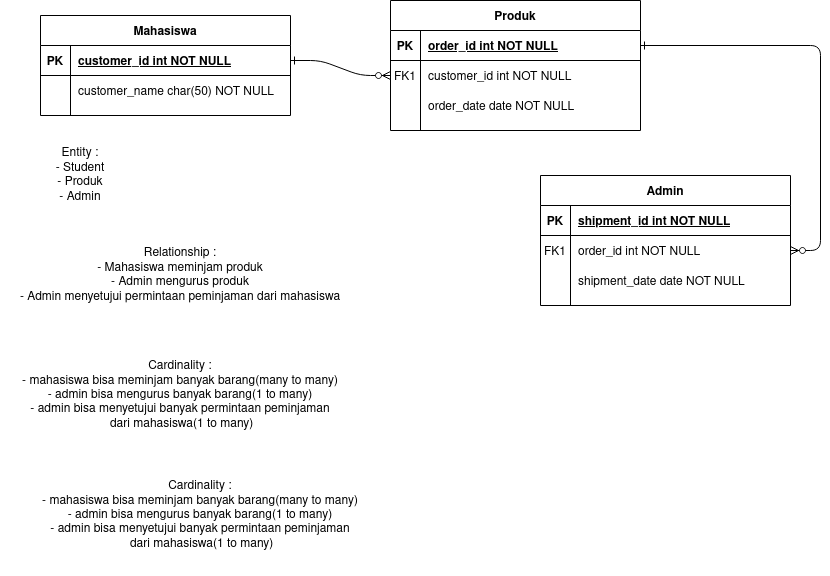
This is diagrams/ER diagram.drawio.png from johannfac/aplikasipeminjamanaset, a draw.io export, as it was before one commit. Source tidied: cells renumbered, new cells last; positions are measured from the earlier drawing's top-left corner, leaving out a move shared by most shapes.
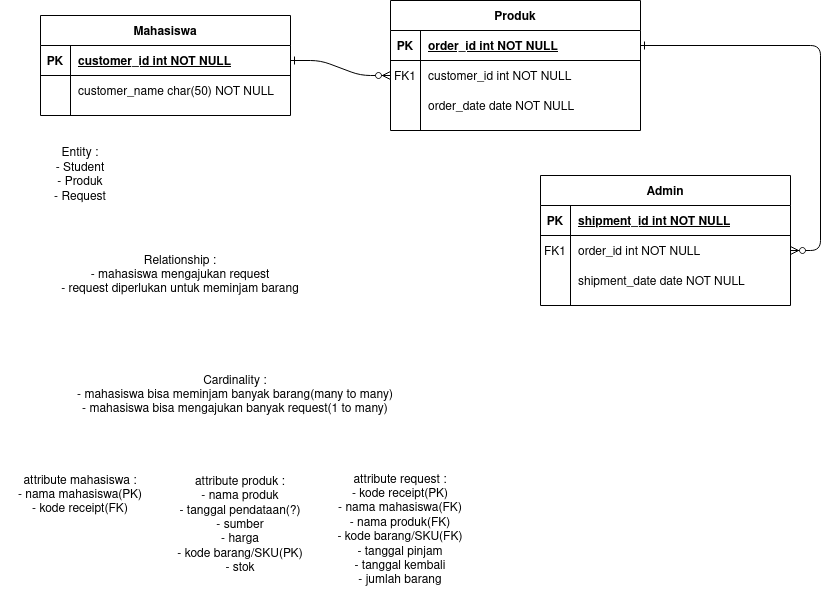
The same file after the commit.

Diff of the diagram source:
```diff
@@ -89,17 +89,23 @@
     <mxCell id="30" value="customer_name char(50) NOT NULL" style="shape=partialRectangle;overflow=hidden;fillColor=none;top=0;left=0;bottom=0;right=0;align=left;spacingLeft=6;" parent="28" vertex="1">
       <mxGeometry x="30" width="220" height="30" as="geometry" />
     </mxCell>
-    <mxCell id="31" value="&lt;div&gt;Entity :&lt;/div&gt;&lt;div&gt;- Student&lt;/div&gt;&lt;div&gt;- Produk&lt;/div&gt;&lt;div&gt;- Admin&lt;br&gt;&lt;/div&gt;" style="text;html=1;strokeColor=none;fillColor=none;align=center;verticalAlign=middle;whiteSpace=wrap;rounded=0;fontColor=default;" parent="1" vertex="1">
+    <mxCell id="31" value="&lt;div&gt;Entity :&lt;/div&gt;&lt;div&gt;- Student&lt;/div&gt;&lt;div&gt;- Produk&lt;/div&gt;&lt;div&gt;- Request&lt;br&gt;&lt;/div&gt;" style="text;html=1;strokeColor=none;fillColor=none;align=center;verticalAlign=middle;whiteSpace=wrap;rounded=0;fontColor=default;" parent="1" vertex="1">
       <mxGeometry y="135" width="160" height="80" as="geometry" />
     </mxCell>
-    <mxCell id="32" value="&lt;div&gt;Relationship :&lt;/div&gt;&lt;div&gt;- Mahasiswa meminjam produk&lt;/div&gt;&lt;div&gt;- Admin mengurus produk&lt;/div&gt;&lt;div&gt;&lt;span style=&quot;white-space: pre&quot;&gt;- Admin menyetujui permintaan peminjaman dari mahasiswa&lt;/span&gt;&lt;br&gt;&lt;/div&gt;" style="text;html=1;strokeColor=none;fillColor=none;align=center;verticalAlign=middle;whiteSpace=wrap;rounded=0;fontColor=default;" parent="1" vertex="1">
+    <mxCell id="32" value="&lt;div&gt;Relationship :&lt;/div&gt;&lt;div&gt;- mahasiswa mengajukan request&lt;/div&gt;&lt;div&gt;- request diperlukan untuk meminjam barang&lt;br&gt;&lt;/div&gt;" style="text;html=1;strokeColor=none;fillColor=none;align=center;verticalAlign=middle;whiteSpace=wrap;rounded=0;fontColor=default;" parent="1" vertex="1">
       <mxGeometry y="215" width="360" height="120" as="geometry" />
     </mxCell>
-    <mxCell id="33" value="&lt;div&gt;Cardinality :&lt;/div&gt;&lt;div&gt;- mahasiswa bisa meminjam banyak barang(many to many)&lt;br&gt;&lt;/div&gt;&lt;div&gt;- admin bisa mengurus banyak barang(1 to many)&lt;br&gt;&lt;/div&gt;&lt;div&gt;- admin bisa menyetujui banyak permintaan peminjaman&lt;br&gt;&lt;/div&gt;&amp;nbsp;dari mahasiswa(1 to many)" style="text;html=1;strokeColor=none;fillColor=none;align=center;verticalAlign=middle;whiteSpace=wrap;rounded=0;fontColor=default;" parent="1" vertex="1">
-      <mxGeometry y="335" width="360" height="120" as="geometry" />
+    <mxCell id="33" value="&lt;div align=&quot;center&quot;&gt;Cardinality :&lt;/div&gt;&lt;div align=&quot;center&quot;&gt;- mahasiswa bisa meminjam banyak barang(many to many)&lt;/div&gt;&lt;div align=&quot;center&quot;&gt;- mahasiswa bisa mengajukan banyak request(1 to many)&lt;/div&gt;" style="text;html=1;strokeColor=none;fillColor=none;align=center;verticalAlign=middle;whiteSpace=wrap;rounded=0;fontColor=default;" parent="1" vertex="1">
+      <mxGeometry y="335" width="470" height="120" as="geometry" />
     </mxCell>
-    <mxCell id="34" value="&lt;div&gt;Cardinality :&lt;/div&gt;&lt;div&gt;- mahasiswa bisa meminjam banyak barang(many to many)&lt;br&gt;&lt;/div&gt;&lt;div&gt;- admin bisa mengurus banyak barang(1 to many)&lt;br&gt;&lt;/div&gt;&lt;div&gt;- admin bisa menyetujui banyak permintaan peminjaman&lt;br&gt;&lt;/div&gt;&amp;nbsp;dari mahasiswa(1 to many)" style="text;html=1;strokeColor=none;fillColor=none;align=center;verticalAlign=middle;whiteSpace=wrap;rounded=0;fontColor=default;" parent="1" vertex="1">
-      <mxGeometry y="455" width="400" height="120" as="geometry" />
+    <mxCell id="34" value="&lt;div&gt;attribute mahasiswa :&lt;/div&gt;&lt;div&gt;- nama mahasiswa(PK)&lt;br&gt;&lt;/div&gt;&lt;div&gt;- kode receipt(FK)&lt;br&gt;&lt;/div&gt;" style="text;html=1;strokeColor=none;fillColor=none;align=center;verticalAlign=middle;whiteSpace=wrap;rounded=0;fontColor=default;" parent="1" vertex="1">
+      <mxGeometry y="455" width="160" height="80" as="geometry" />
     </mxCell>
+    <mxCell id="35" value="&lt;div&gt;attribute produk :&lt;/div&gt;&lt;div&gt;- nama produk&lt;/div&gt;&lt;div&gt;- tanggal pendataan(?)&lt;br&gt;&lt;/div&gt;&lt;div&gt;- sumber&lt;br&gt;&lt;/div&gt;&lt;div&gt;- harga&lt;/div&gt;&lt;div&gt;- kode barang/SKU(PK)&lt;/div&gt;&lt;div&gt;- stok&lt;br&gt;&lt;/div&gt;" style="text;html=1;strokeColor=none;fillColor=none;align=center;verticalAlign=middle;whiteSpace=wrap;rounded=0;fontColor=default;" parent="1" vertex="1">
+      <mxGeometry x="160" y="455" width="160" height="140" as="geometry" />
+    </mxCell>
+    <mxCell id="36" value="&lt;div&gt;attribute request :&lt;/div&gt;&lt;div&gt;- kode receipt(PK)&lt;/div&gt;&lt;div&gt;- nama mahasiswa(FK)&lt;/div&gt;&lt;div&gt;- nama produk(FK)&lt;/div&gt;&lt;div&gt;- kode barang/SKU(FK)&lt;/div&gt;&lt;div&gt;- tanggal pinjam&lt;/div&gt;&lt;div&gt;- tanggal kembali&lt;/div&gt;&lt;div&gt;- jumlah barang&lt;br&gt;&lt;/div&gt;" style="text;html=1;strokeColor=none;fillColor=none;align=center;verticalAlign=middle;whiteSpace=wrap;rounded=0;fontColor=default;" parent="1" vertex="1">
+      <mxGeometry x="320" y="455" width="160" height="150" as="geometry" />
+    </mxCell>
   </root>
 </mxGraphModel>
```
